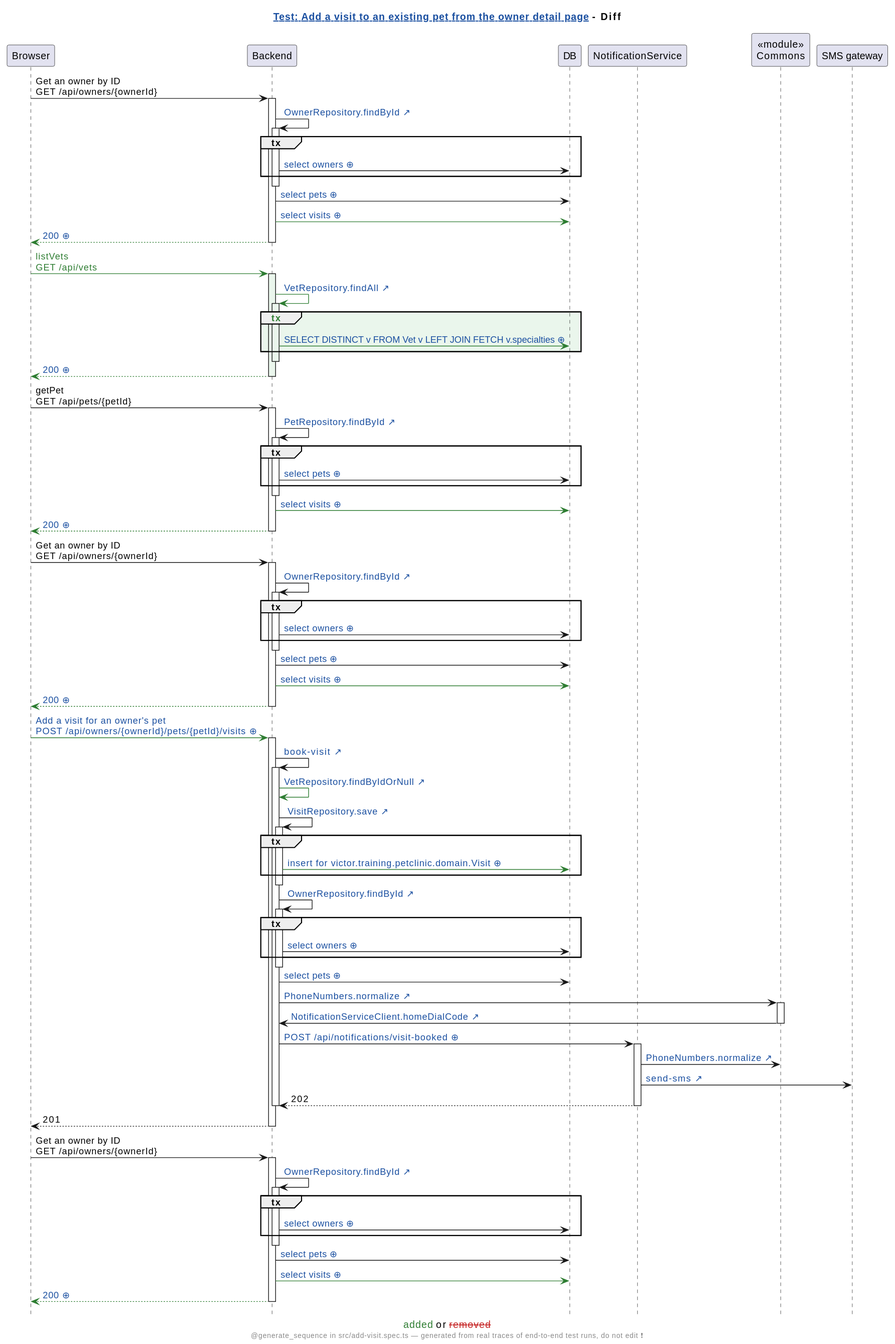
Above: demo/demo/assets/diagrams/petclinic-test_generated_add-visit.spec.ts.add-a-visit-to-an-existing-pet-from-the-owner-detail-page.genseq.diff.svg in victorrentea/human-review (PlantUML), before the change.
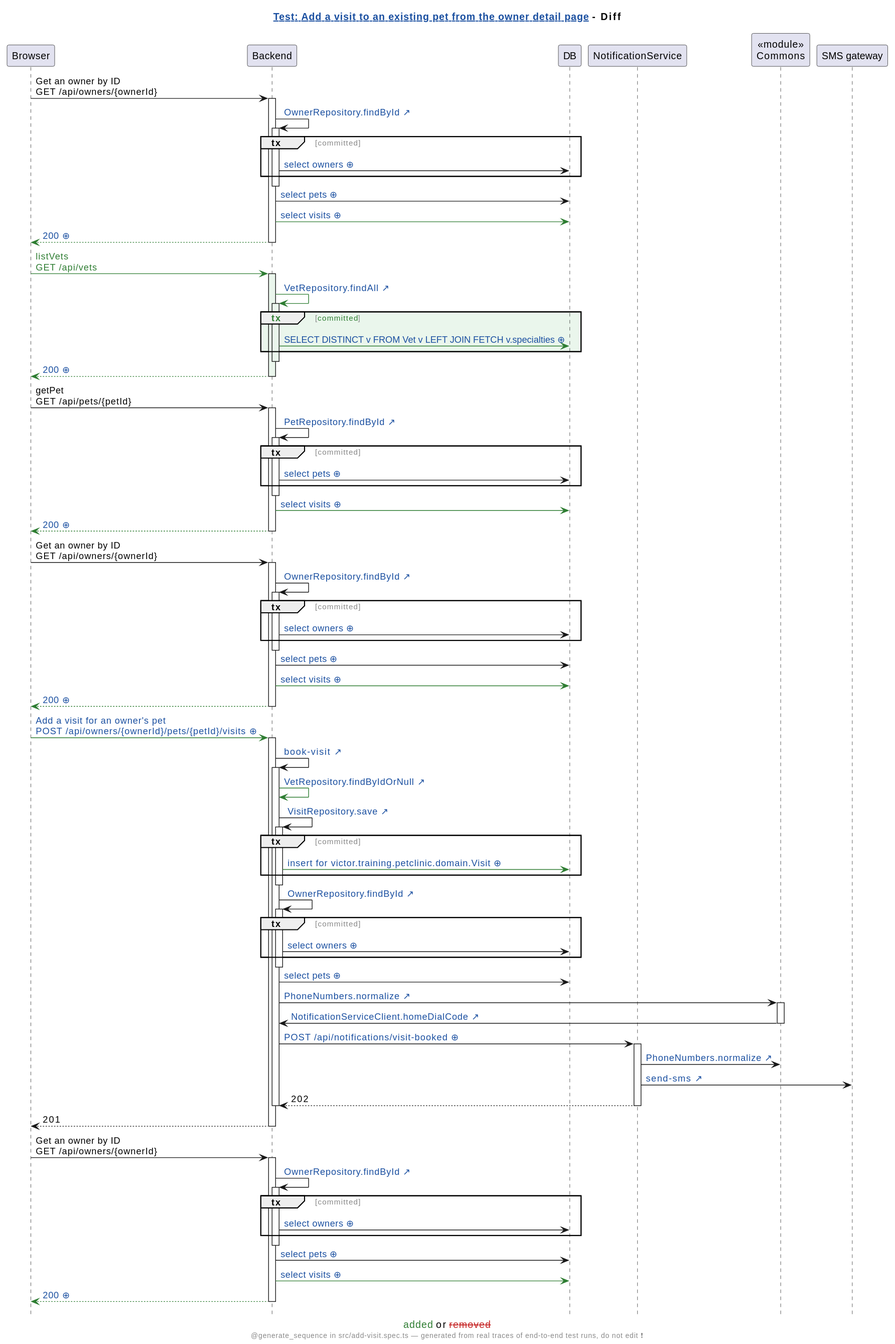
The same file after the commit.

Diff of the diagram source:
```diff
@@ -3,6 +3,8 @@
 hide footbox
 skinparam hyperlinkUnderline false
 skinparam hyperlinkColor #1A4FA0
+skinparam sequenceGroupFontColor #888888
+skinparam sequenceGroupFontStyle plain
 title [[src://petclinic-test/src/add-visit.spec.ts:34{Click to open the test} Test: Add a visit to an existing pet from the owner detail page]] - Diff
 footer @generate_sequence in src/add-visit.spec.ts — generated from real traces of end-to-end test runs, do not edit ❗
 participant Browser
@@ -15,7 +17,7 @@
 activate Backend
 Backend -> Backend: [[src://petclinic-backend/src/main/java/victor/training/petclinic/repository/OwnerRepository.java:14{Click to open OwnerRepository.findById} OwnerRepository.findById ↗]]
 activate Backend
-group tx
+group tx [committed]
 Backend -> DB: [[genseq://0x8aana{Click for the statement behind this call} select owners ⊕]]
 end
 deactivate Backend
@@ -27,7 +29,7 @@
 activate Backend #EAF6EC
 Backend -[#2E7D32]> Backend: [[src://petclinic-backend/src/main/java/victor/training/petclinic/repository/VetRepository.java:13{Click to open VetRepository.findAll} VetRepository.findAll ↗]]
 activate Backend #EAF6EC
-group #EAF6EC <color:#2E7D32>tx</color>
+group #EAF6EC <color:#2E7D32>tx</color> [<color:#2E7D32>committed</color>]
 Backend -[#2E7D32]> DB: [[genseq://0p6yxbc{Click for the statement behind this call} SELECT DISTINCT v FROM Vet v LEFT JOIN FETCH v.specialties ⊕]]
 end
 deactivate Backend
@@ -37,7 +39,7 @@
 activate Backend
 Backend -> Backend: [[src://petclinic-backend/src/main/java/victor/training/petclinic/repository/PetRepository.java:16{Click to open PetRepository.findById} PetRepository.findById ↗]]
 activate Backend
-group tx
+group tx [committed]
 Backend -> DB: [[genseq://0y7w2ps{Click for the statement behind this call} select pets ⊕]]
 end
 deactivate Backend
@@ -48,7 +50,7 @@
 activate Backend
 Backend -> Backend: [[src://petclinic-backend/src/main/java/victor/training/petclinic/repository/OwnerRepository.java:14{Click to open OwnerRepository.findById} OwnerRepository.findById ↗]]
 activate Backend
-group tx
+group tx [committed]
 Backend -> DB: [[genseq://0x8aana{Click for the statement behind this call} select owners ⊕]]
 end
 deactivate Backend
@@ -63,13 +65,13 @@
 Backend -[#2E7D32]> Backend: [[src://petclinic-backend/src/main/java/victor/training/petclinic/repository/VetRepository.java:19{Click to open VetRepository.findByIdOrNull} VetRepository.findByIdOrNull ↗]]
 Backend -> Backend: [[src://petclinic-backend/src/main/java/victor/training/petclinic/repository/VisitRepository.java:14{Click to open VisitRepository.save} VisitRepository.save ↗]]
 activate Backend
-group tx
+group tx [committed]
 Backend -[#2E7D32]> DB: [[genseq://1vk69av{Click for the statement behind this call} insert for victor.training.petclinic.domain.Visit ⊕]]
 end
 deactivate Backend
 Backend -> Backend: [[src://petclinic-backend/src/main/java/victor/training/petclinic/repository/OwnerRepository.java:14{Click to open OwnerRepository.findById} OwnerRepository.findById ↗]]
 activate Backend
-group tx
+group tx [committed]
 Backend -> DB: [[genseq://0x8aana{Click for the statement behind this call} select owners ⊕]]
 end
 deactivate Backend
@@ -91,7 +93,7 @@
 activate Backend
 Backend -> Backend: [[src://petclinic-backend/src/main/java/victor/training/petclinic/repository/OwnerRepository.java:14{Click to open OwnerRepository.findById} OwnerRepository.findById ↗]]
 activate Backend
-group tx
+group tx [committed]
 Backend -> DB: [[genseq://0x8aana{Click for the statement behind this call} select owners ⊕]]
 end
 deactivate Backend
```
